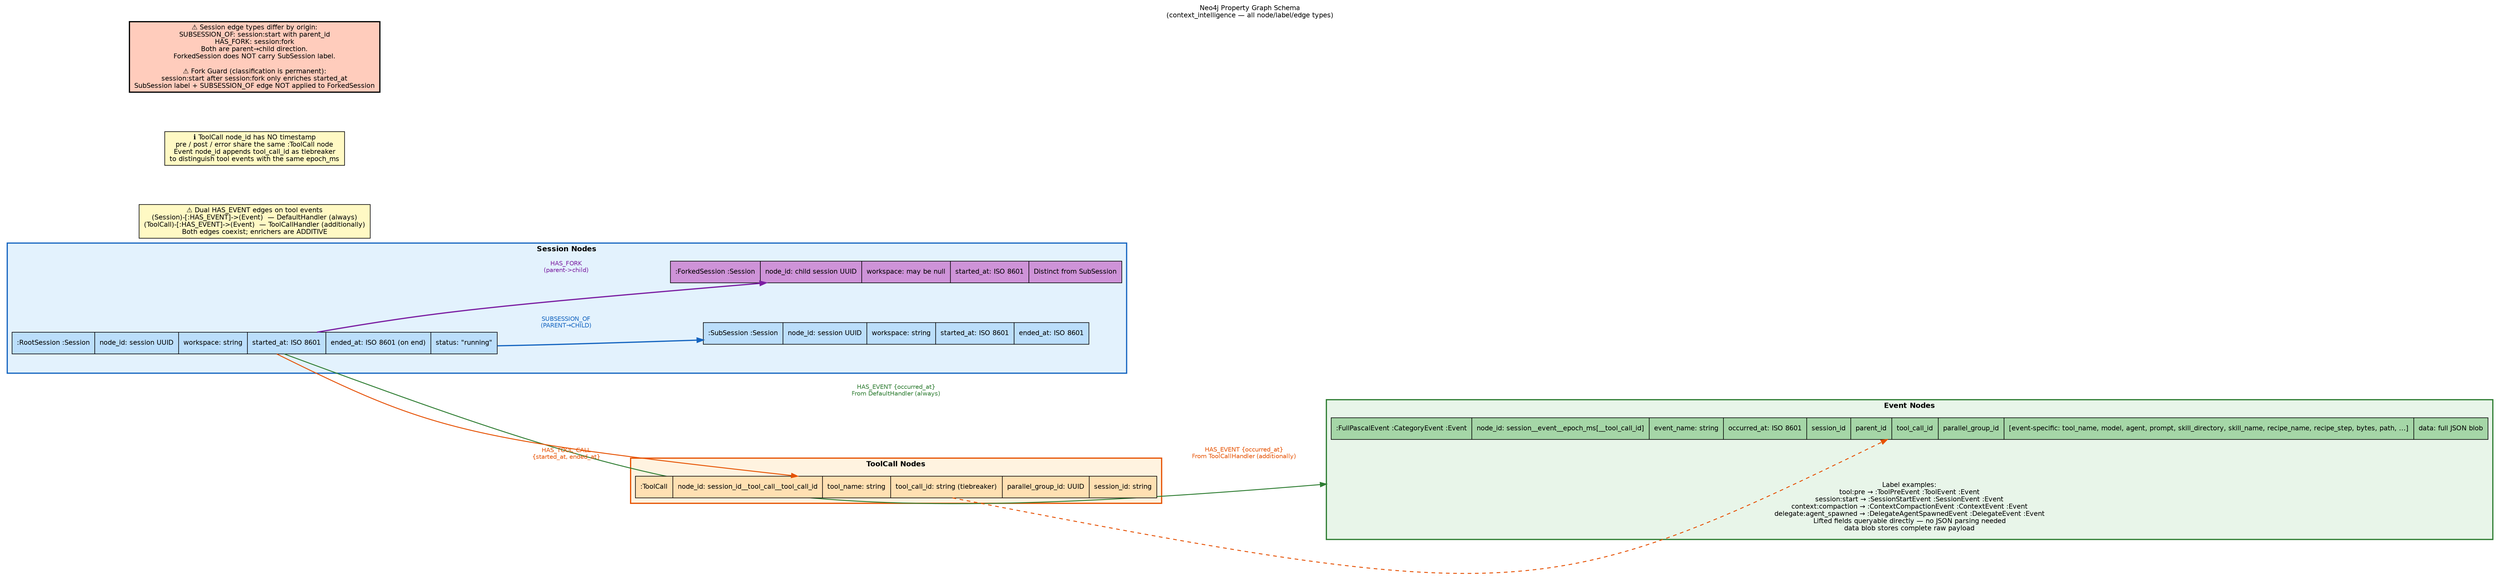
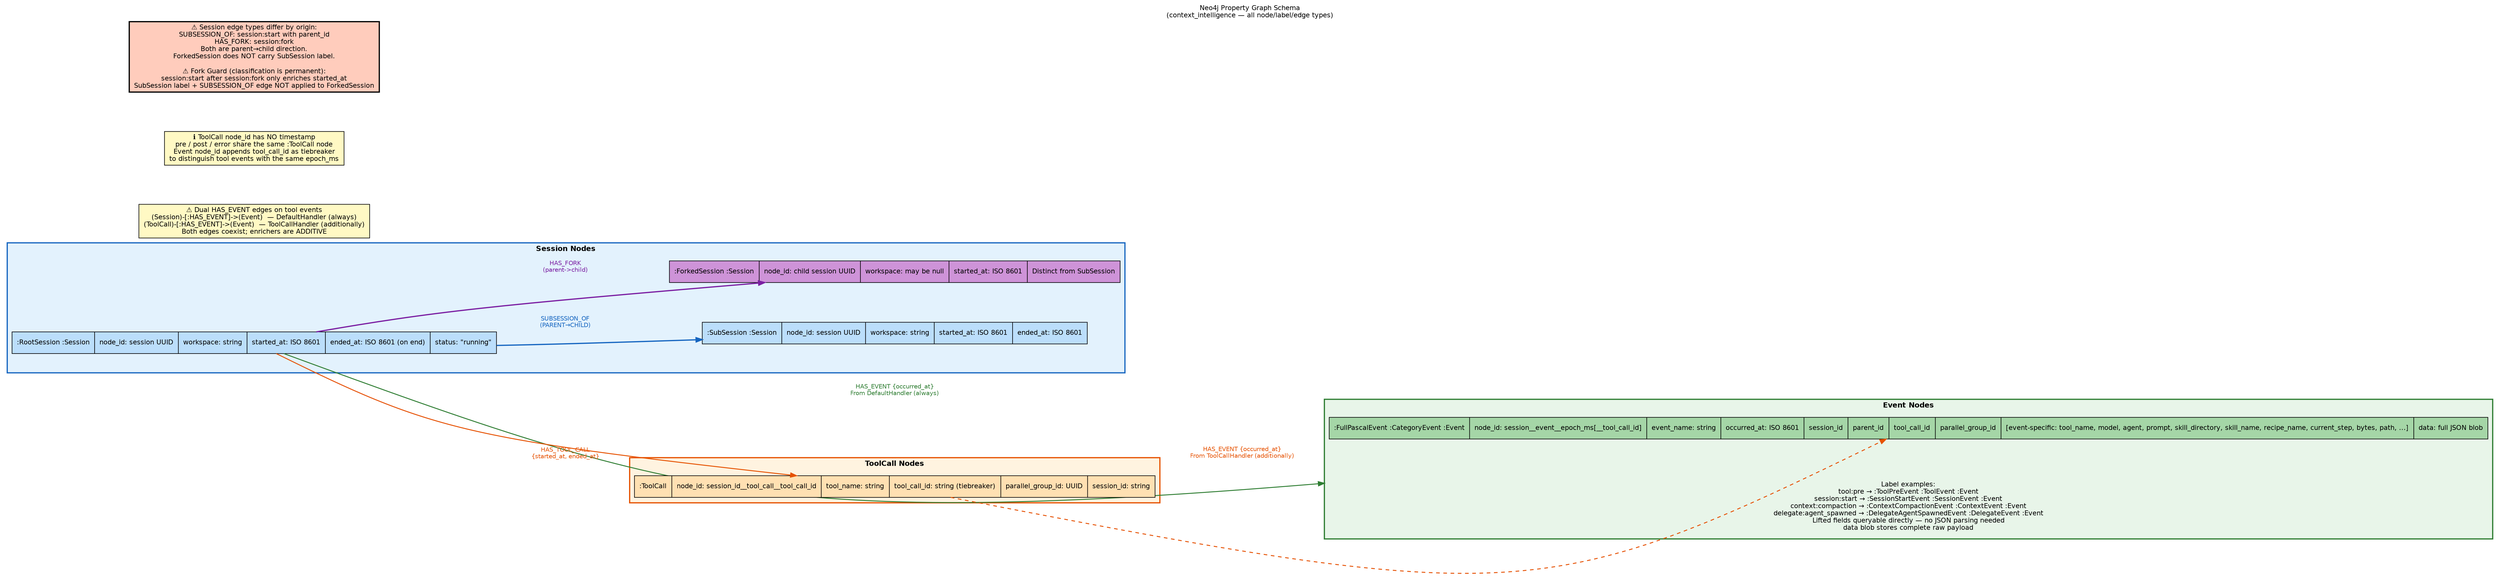
digraph graph_model {
    // ── Global defaults ───────────────────────────────────────────────────────
    graph [
        rankdir   = LR
        compound  = true
        splines   = curved
        nodesep   = 0.9
        ranksep   = 1.6
        fontname  = "Helvetica"
        fontsize  = 11
        label     = "Neo4j Property Graph Schema\n(context_intelligence — all node/label/edge types)"
        labelloc  = t
        labeljust = c
    ]
    node [
        fontname = "Helvetica"
        fontsize = 11
        style    = "filled,rounded"
        shape    = box
    ]
    edge [
        fontname = "Helvetica"
        fontsize = 10
    ]

    // ── Sessions cluster ──────────────────────────────────────────────────────
    subgraph cluster_sessions {
        graph [
            label     = "Session Nodes"
            fontname  = "Helvetica-Bold"
            fontsize  = 12
            style     = filled
            color     = "#1565C0"
            fillcolor = "#E3F2FD"
            penwidth  = 2
        ]

        RootSession [
            shape     = record
            style     = filled
            fillcolor = "#BBDEFB"
            label     = "{ :RootSession :Session | node_id: session UUID | workspace: string | started_at: ISO 8601 | ended_at: ISO 8601 (on end) | status: \"running\" }"
        ]

        SubSession [
            shape     = record
            style     = filled
            fillcolor = "#BBDEFB"
            label     = "{ :SubSession :Session | node_id: session UUID | workspace: string | started_at: ISO 8601 | ended_at: ISO 8601 }"
        ]

        ForkedSession [
            shape     = record
            style     = filled
            fillcolor = "#CE93D8"
            label     = "{ :ForkedSession :Session | node_id: child session UUID | workspace: may be null | started_at: ISO 8601 | Distinct from SubSession }"
        ]
    }

    // ── Events cluster ────────────────────────────────────────────────────────
    subgraph cluster_events {
        graph [
            label     = "Event Nodes"
            fontname  = "Helvetica-Bold"
            fontsize  = 12
            style     = filled
            color     = "#2E7D32"
            fillcolor = "#E8F5E9"
            penwidth  = 2
        ]

        EventNode [
            shape     = record
            style     = filled
            fillcolor = "#A5D6A7"
-             label     = "{ :FullPascalEvent :CategoryEvent :Event | node_id: session__event__epoch_ms[__tool_call_id] | event_name: string | occurred_at: ISO 8601 | session_id | parent_id | tool_call_id | parallel_group_id | [event-specific: tool_name, model, agent, prompt, skill_directory, skill_name, recipe_name, recipe_step, bytes, path, ...] | data: full JSON blob }"
+             label     = "{ :FullPascalEvent :CategoryEvent :Event | node_id: session__event__epoch_ms[__tool_call_id] | event_name: string | occurred_at: ISO 8601 | session_id | parent_id | tool_call_id | parallel_group_id | [event-specific: tool_name, model, agent, prompt, skill_directory, skill_name, recipe_name, current_step, bytes, path, ...] | data: full JSON blob }"
        ]

        EventExamples [
            shape     = plaintext
            style     = ""
            fillcolor = "transparent"
            label     = "Label examples:\ntool:pre → :ToolPreEvent :ToolEvent :Event\nsession:start → :SessionStartEvent :SessionEvent :Event\ncontext:compaction → :ContextCompactionEvent :ContextEvent :Event\ndelegate:agent_spawned → :DelegateAgentSpawnedEvent :DelegateEvent :Event\nLifted fields queryable directly — no JSON parsing needed\ndata blob stores complete raw payload"
        ]
    }

    // ── ToolCall cluster ──────────────────────────────────────────────────────
    subgraph cluster_toolcall {
        graph [
            label     = "ToolCall Nodes"
            fontname  = "Helvetica-Bold"
            fontsize  = 12
            style     = filled
            color     = "#E65100"
            fillcolor = "#FFF3E0"
            penwidth  = 2
        ]

        ToolCall [
            shape     = record
            style     = filled
            fillcolor = "#FFE0B2"
            label     = "{ :ToolCall | node_id: session_id__tool_call__tool_call_id | tool_name: string | tool_call_id: string (tiebreaker) | parallel_group_id: UUID | session_id: string }"
        ]
    }

    // ── Note nodes ────────────────────────────────────────────────────────────
    note_dual_edge [
        shape     = box
        style     = filled
        fillcolor = "#FFF9C4"
        label     = "⚠ Dual HAS_EVENT edges on tool events\n(Session)-[:HAS_EVENT]->(Event)  — DefaultHandler (always)\n(ToolCall)-[:HAS_EVENT]->(Event)  — ToolCallHandler (additionally)\nBoth edges coexist; enrichers are ADDITIVE"
    ]

    note_tiebreaker [
        shape     = box
        style     = filled
        fillcolor = "#FFF9C4"
        label     = "ℹ ToolCall node_id has NO timestamp\npre / post / error share the same :ToolCall node\nEvent node_id appends tool_call_id as tiebreaker\nto distinguish tool events with the same epoch_ms"
    ]

    note_direction [
        shape     = box
        style     = filled
        fillcolor = "#FFCCBC"
        penwidth  = 2
        label     = "⚠ Session edge types differ by origin:\nSUBSESSION_OF: session:start with parent_id\nHAS_FORK: session:fork\nBoth are parent→child direction.\nForkedSession does NOT carry SubSession label.\n\n⚠ Fork Guard (classification is permanent):\nsession:start after session:fork only enriches started_at\nSubSession label + SUBSESSION_OF edge NOT applied to ForkedSession"
    ]

    // ── Edges ─────────────────────────────────────────────────────────────────
    RootSession -> SubSession [
        label     = "SUBSESSION_OF\n(PARENT→CHILD)"
        color     = "#1565C0"
        fontcolor = "#1565C0"
        penwidth  = 2
    ]

    RootSession -> ForkedSession [
        label     = "HAS_FORK\n(parent->child)"
        color     = "#7B1FA2"
        fontcolor = "#7B1FA2"
        penwidth  = 2
    ]

    RootSession -> EventNode [
        label     = "HAS_EVENT {occurred_at}\nFrom DefaultHandler (always)"
        color     = "#2E7D32"
        fontcolor = "#2E7D32"
        penwidth  = 1.5
        lhead     = cluster_events
    ]

    RootSession -> ToolCall [
        label     = "HAS_TOOL_CALL\n{started_at, ended_at}"
        color     = "#E65100"
        fontcolor = "#E65100"
        penwidth  = 1.5
    ]

    ToolCall -> EventNode [
        label     = "HAS_EVENT {occurred_at}\nFrom ToolCallHandler (additionally)"
        color     = "#E65100"
        fontcolor = "#E65100"
        style     = dashed
        penwidth  = 1.5
    ]
}
